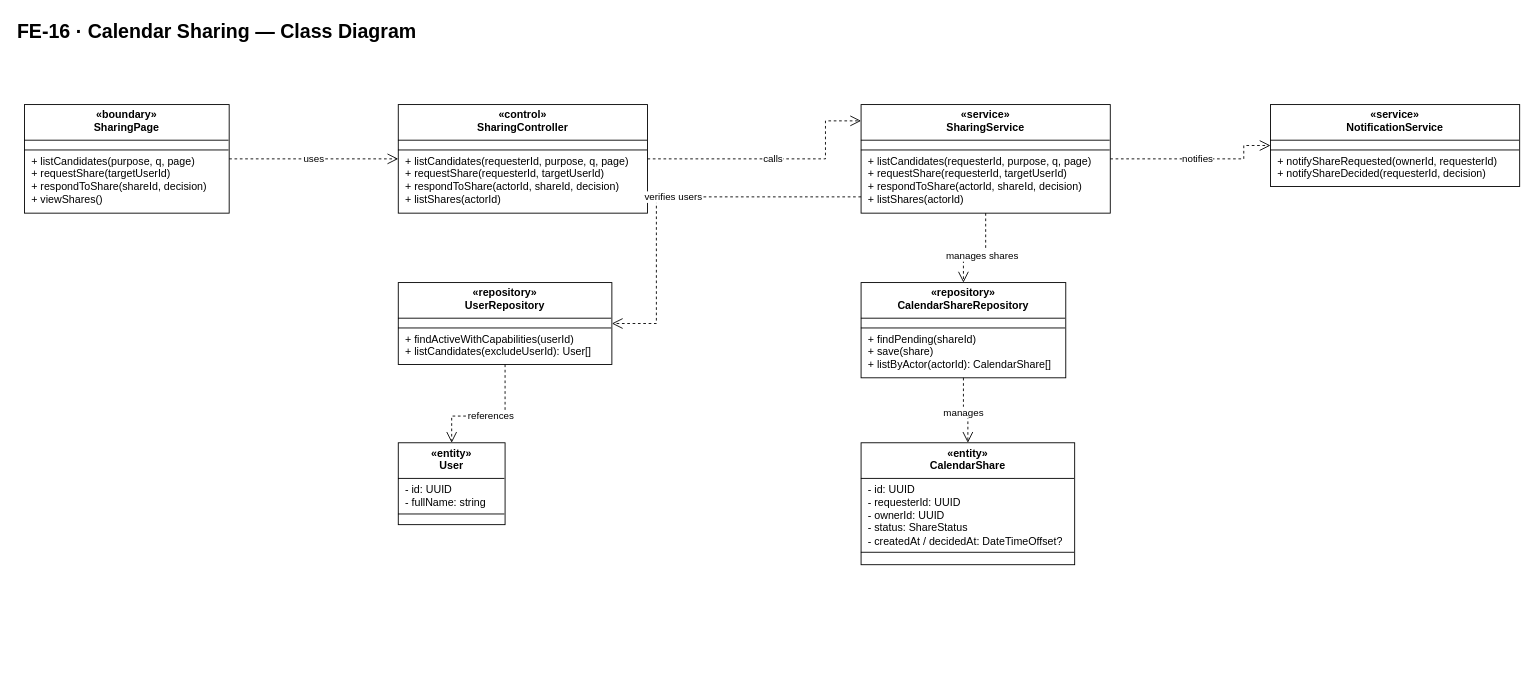
The draw.io diagram docs/07-classdiagram/feature-16-calendar-sharing-class-diagram.drawio in callmehai/FU-FA26-G116, before the edit. Source tidied: cells renumbered, new cells numbered last; positions are measured from the earlier drawing's top-left corner, leaving out a move shared by most shapes. Both pictures are drawn from the tidied source at 89%, with x=0, y=0 at pixel (15, 15).
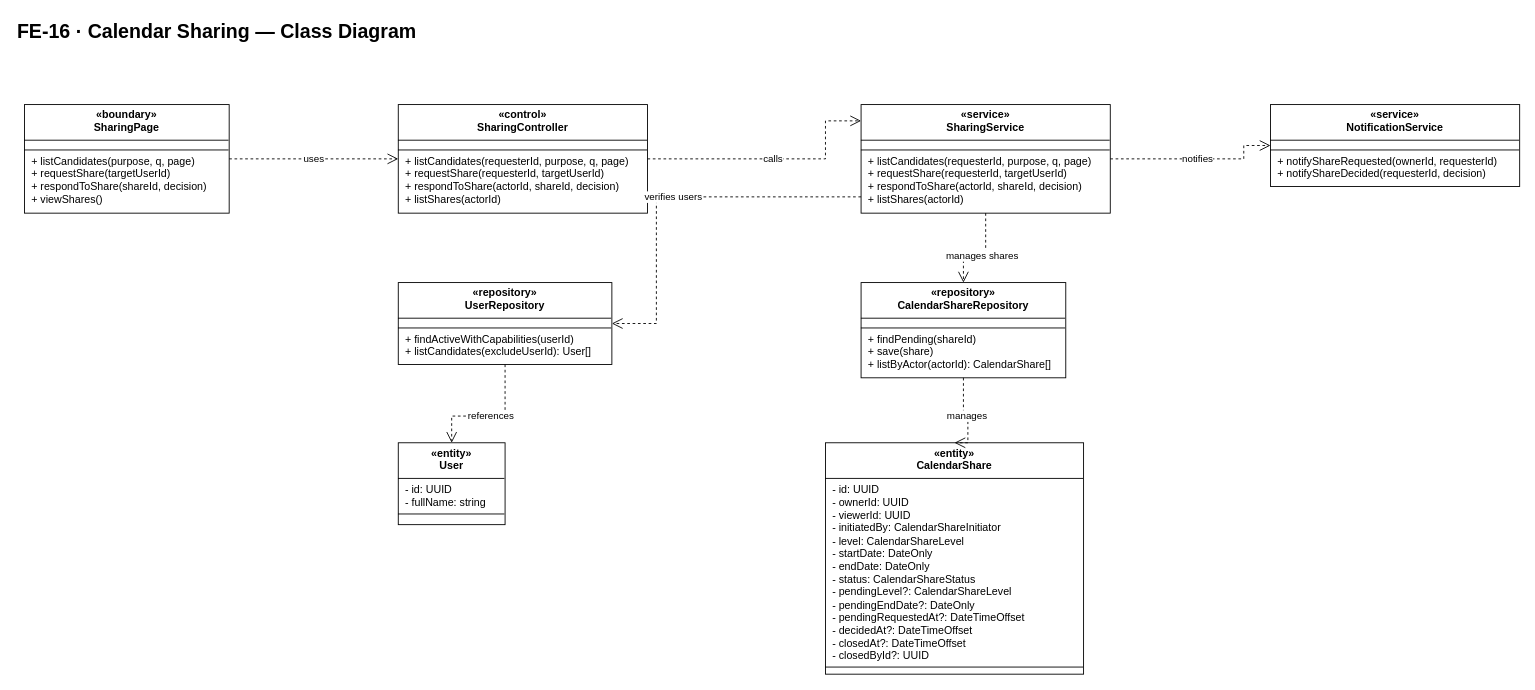
The same diagram, later.

Change to the diagram source:
```diff
@@
-    <mxCell id="9" value="&lt;div style=&quot;text-align:center;font-weight:bold;padding:5px 4px 4px 4px;height:31px;&quot;&gt;«entity»&lt;br&gt;CalendarShare&lt;/div&gt;&lt;hr style=&quot;margin:0;border:none;border-top:1px solid #000000;height:0;&quot;&gt;&lt;div style=&quot;text-align:left;padding:5px 8px 5px 8px;white-space:nowrap;&quot;&gt;- id: UUID&lt;br&gt;- requesterId: UUID&lt;br&gt;- ownerId: UUID&lt;br&gt;- status: ShareStatus&lt;br&gt;- createdAt / decidedAt: DateTimeOffset?&lt;/div&gt;&lt;hr style=&quot;margin:0;border:none;border-top:1px solid #000000;height:0;&quot;&gt;&lt;div style=&quot;text-align:left;padding:5px 8px 5px 8px;white-space:nowrap;&quot;&gt;&lt;/div&gt;" style="rounded=0;whiteSpace=wrap;html=1;align=left;verticalAlign=top;spacing=0;overflow=fill;fillColor=#ffffff;strokeColor=#000000;fontSize=12;fontFamily=Helvetica;fontColor=#000000;" parent="1" vertex="1">
-      <mxGeometry x="950" y="480" width="240" height="137" as="geometry" />
+    <mxCell id="9" value="&lt;div style=&quot;text-align:center;font-weight:bold;padding:5px 4px 4px 4px;height:31px;&quot;&gt;«entity»&lt;br&gt;CalendarShare&lt;/div&gt;&lt;hr style=&quot;margin:0;border:none;border-top:1px solid #000000;height:0;&quot;&gt;&lt;div style=&quot;text-align:left;padding:5px 8px 5px 8px;white-space:nowrap;&quot;&gt;- id: UUID&lt;br&gt;- ownerId: UUID&lt;br&gt;- viewerId: UUID&lt;br&gt;- initiatedBy: CalendarShareInitiator&lt;br&gt;- level: CalendarShareLevel&lt;br&gt;- startDate: DateOnly&lt;br&gt;- endDate: DateOnly&lt;br&gt;- status: CalendarShareStatus&lt;br&gt;- pendingLevel?: CalendarShareLevel&lt;br&gt;- pendingEndDate?: DateOnly&lt;br&gt;- pendingRequestedAt?: DateTimeOffset&lt;br&gt;- decidedAt?: DateTimeOffset&lt;br&gt;- closedAt?: DateTimeOffset&lt;br&gt;- closedById?: UUID&lt;/div&gt;&lt;hr style=&quot;margin:0;border:none;border-top:1px solid #000000;height:0;&quot;&gt;&lt;div style=&quot;text-align:left;padding:5px 8px 5px 8px;white-space:nowrap;&quot;&gt;&lt;/div&gt;" style="rounded=0;whiteSpace=wrap;html=1;align=left;verticalAlign=top;spacing=0;overflow=fill;fillColor=#ffffff;strokeColor=#000000;fontSize=12;fontFamily=Helvetica;fontColor=#000000;" parent="1" vertex="1">
+      <mxGeometry x="910" y="480" width="290" height="260" as="geometry" />
     </mxCell>
```
